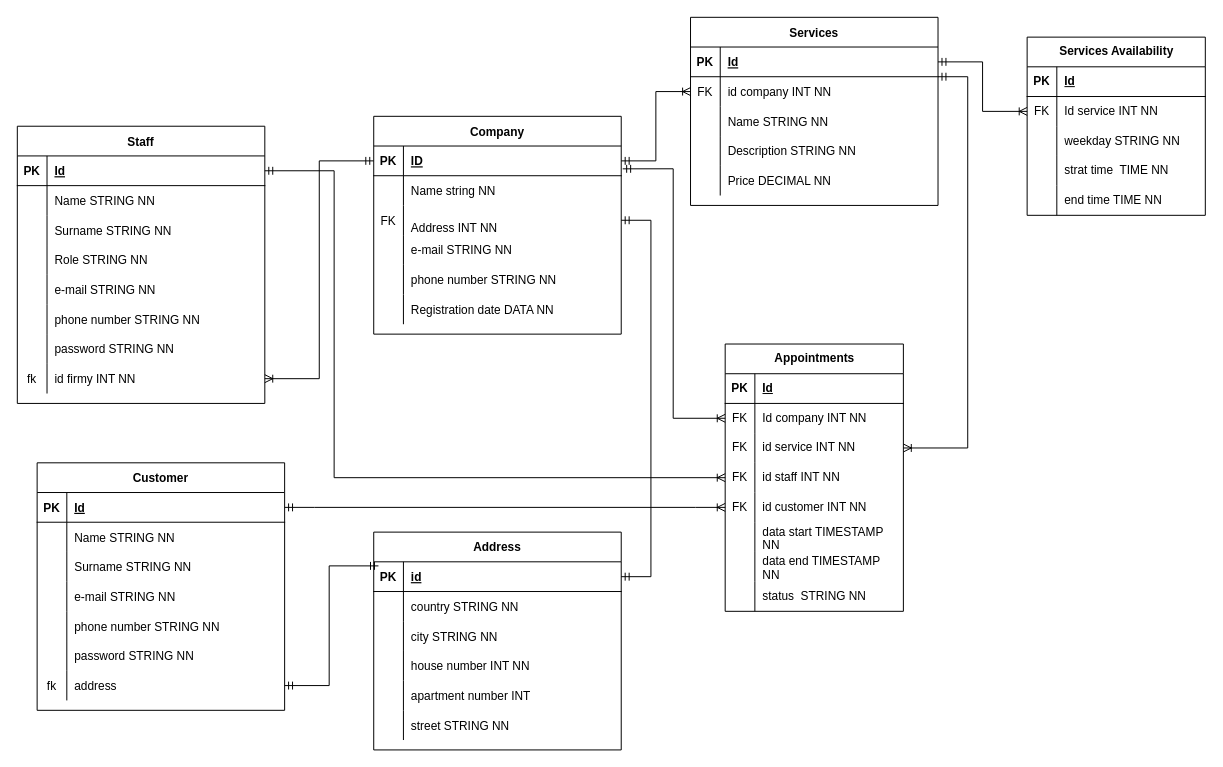
The draw.io diagram app/bd/firma.drawio in BitKitsu/Rezerwuj-to, before the edit. Source tidied: cells renumbered, new cells numbered last; positions are measured from the earlier drawing's top-left corner, leaving out a move shared by most shapes. Both pictures are drawn from the tidied source at 99%, with x=0, y=0 at pixel (17, 17).
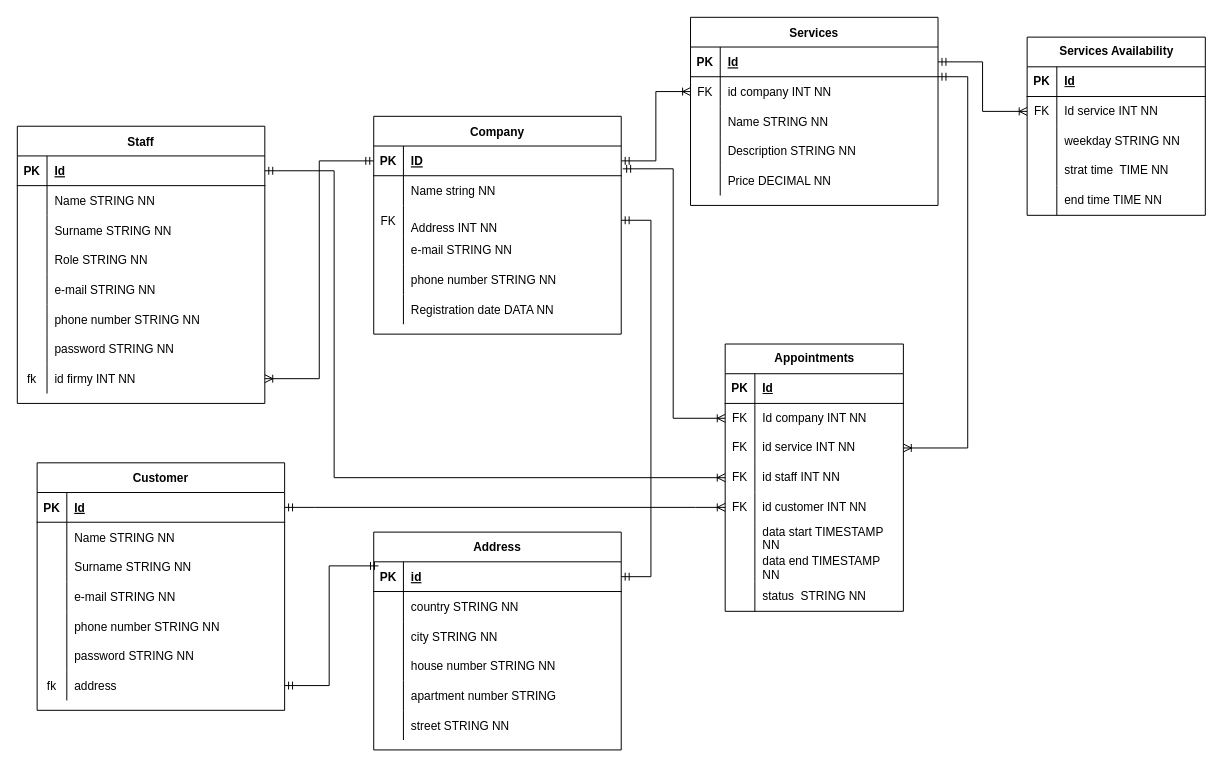
Above is the later version.

Commit message (it also covers changes not shown here):
Poprawa tabeli adresy

Unchanged cells that the change refers to:
```xml
<mxCell id="31" style="shape=partialRectangle;fillColor=none;top=0;left=0;right=0;bottom=0;" parent="21" vertex="1">
  <mxGeometry y="120" width="250" height="30" as="geometry" />
</mxCell>
<mxCell id="34" style="shape=partialRectangle;fillColor=none;top=0;left=0;right=0;bottom=0;" parent="21" vertex="1">
  <mxGeometry y="150" width="250" height="30" as="geometry" />
</mxCell>
```

Diff of the diagram source:
```diff
@@
-    <mxCell id="33" value="house number INT NN" style="shape=partialRectangle;overflow=hidden;fillColor=none;top=0;left=0;bottom=0;right=0;align=left;spacingLeft=6;" parent="31" vertex="1">
+    <mxCell id="33" value="house number STRING NN" style="shape=partialRectangle;overflow=hidden;fillColor=none;top=0;left=0;bottom=0;right=0;align=left;spacingLeft=6;" parent="31" vertex="1">
       <mxGeometry x="30" width="220" height="30" as="geometry" />
     </mxCell>
@@
-    <mxCell id="36" value="apartment number INT " style="shape=partialRectangle;overflow=hidden;fillColor=none;top=0;left=0;bottom=0;right=0;align=left;spacingLeft=6;" parent="34" vertex="1">
+    <mxCell id="36" value="apartment number STRING" style="shape=partialRectangle;overflow=hidden;fillColor=none;top=0;left=0;bottom=0;right=0;align=left;spacingLeft=6;" parent="34" vertex="1">
       <mxGeometry x="30" width="220" height="30" as="geometry" />
     </mxCell>
```
